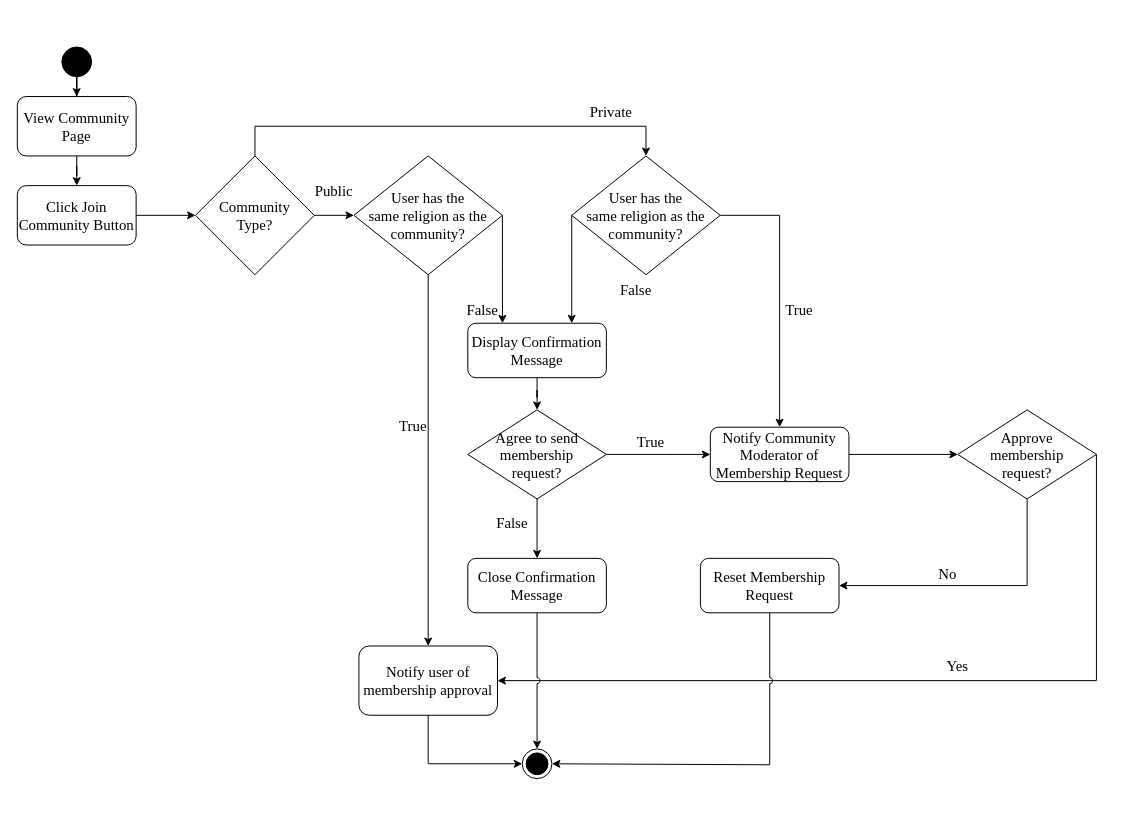
Above: page "MembershipRequest" (6 of 12) of ConnexUs_Chap3.drawio in gvillanueva01/ConnexUs_diagrams (draw.io), before the change. Source tidied: cells renumbered, new cells numbered last; positions are measured from the earlier drawing's top-left corner, leaving out a move shared by most shapes. Both pictures are drawn from the tidied source at 99%, with x=0, y=0 at pixel (17, 47).
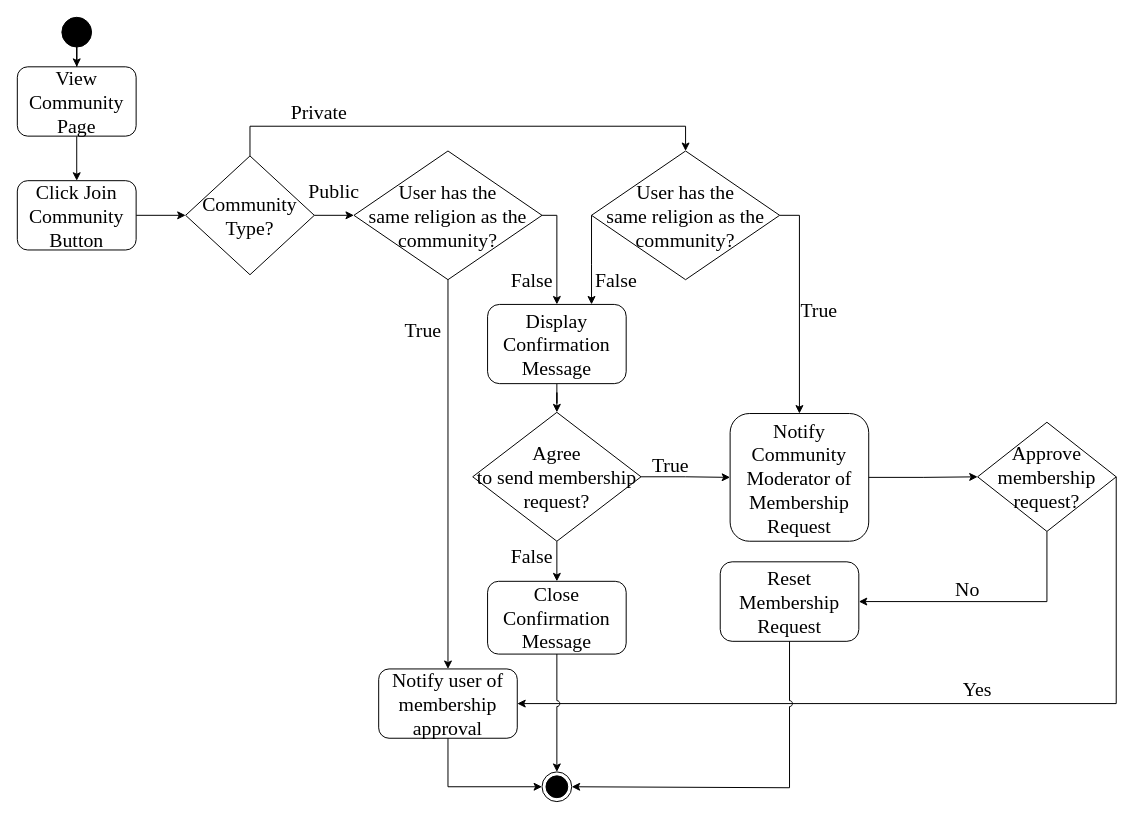
Above is the later version.

The edit, as a diff of the source:
```diff
@@
-    <mxCell id="2" style="edgeStyle=orthogonalEdgeStyle;rounded=0;jettySize=auto;html=1;fontSize=15;" parent="1" edge="1" source="3" target="5">
+    <mxCell id="2" style="edgeStyle=orthogonalEdgeStyle;rounded=0;jettySize=auto;html=1;fontSize=20;" parent="1" edge="1" source="3" target="5">
       <mxGeometry relative="1" as="geometry" />
     </mxCell>
-    <mxCell id="3" style="ellipse;fillColor=strokeColor;html=1;fontSize=15;" parent="1" vertex="1">
-      <mxGeometry x="45" width="30" height="30" as="geometry" />
+    <mxCell id="3" style="ellipse;fillColor=strokeColor;html=1;fontSize=20;" parent="1" vertex="1">
+      <mxGeometry x="45" y="-30" width="30" height="30" as="geometry" />
     </mxCell>
-    <mxCell id="4" style="edgeStyle=orthogonalEdgeStyle;rounded=0;jettySize=auto;html=1;fontSize=15;" parent="1" edge="1" source="5" target="7">
+    <mxCell id="4" style="edgeStyle=orthogonalEdgeStyle;rounded=0;jettySize=auto;html=1;fontSize=20;" parent="1" edge="1" source="5" target="7">
       <mxGeometry relative="1" as="geometry" />
     </mxCell>
-    <mxCell id="5" value="View Community Page" style="rounded=1;whiteSpace=wrap;html=1;fontFamily=Times New Roman;fontSize=15;" parent="1" vertex="1">
-      <mxGeometry y="50" width="120" height="60" as="geometry" />
+    <mxCell id="5" value="View Community Page" style="rounded=1;whiteSpace=wrap;html=1;fontFamily=Times New Roman;fontSize=20;" parent="1" vertex="1">
+      <mxGeometry y="20" width="120" height="70" as="geometry" />
     </mxCell>
-    <mxCell id="6" style="edgeStyle=orthogonalEdgeStyle;rounded=0;jettySize=auto;html=1;exitX=1;exitY=0.5;exitDx=0;exitDy=0;entryX=0;entryY=0.5;entryDx=0;entryDy=0;fontSize=15;" parent="1" edge="1" source="7" target="10">
+    <mxCell id="6" style="edgeStyle=orthogonalEdgeStyle;rounded=0;jettySize=auto;html=1;exitX=1;exitY=0.5;exitDx=0;exitDy=0;entryX=0;entryY=0.5;entryDx=0;entryDy=0;fontSize=20;" parent="1" edge="1" source="7" target="10">
       <mxGeometry relative="1" as="geometry" />
     </mxCell>
-    <mxCell id="7" value="Click Join Community Button" style="rounded=1;whiteSpace=wrap;html=1;fontFamily=Times New Roman;fontSize=15;" parent="1" vertex="1">
-      <mxGeometry y="140" width="120" height="60" as="geometry" />
+    <mxCell id="7" value="Click Join Community Button" style="rounded=1;whiteSpace=wrap;html=1;fontFamily=Times New Roman;fontSize=20;" parent="1" vertex="1">
+      <mxGeometry y="135" width="120" height="70" as="geometry" />
     </mxCell>
-    <mxCell id="8" style="edgeStyle=orthogonalEdgeStyle;rounded=0;jettySize=auto;html=1;entryX=0.5;entryY=0;entryDx=0;entryDy=0;exitX=0.5;exitY=0;exitDx=0;exitDy=0;fontSize=15;" parent="1" edge="1" source="10" target="25">
+    <mxCell id="8" style="edgeStyle=orthogonalEdgeStyle;rounded=0;jettySize=auto;html=1;entryX=0.5;entryY=0;entryDx=0;entryDy=0;exitX=0.5;exitY=0;exitDx=0;exitDy=0;fontSize=20;" parent="1" edge="1" source="10" target="25">
       <mxGeometry relative="1" as="geometry">
         <Array as="points">
-          <mxPoint x="240" y="80" />
-          <mxPoint x="635" y="80" />
+          <mxPoint x="235" y="80" />
+          <mxPoint x="675" y="80" />
         </Array>
       </mxGeometry>
     </mxCell>
-    <mxCell id="9" style="edgeStyle=orthogonalEdgeStyle;rounded=0;jettySize=auto;html=1;entryX=0;entryY=0.5;entryDx=0;entryDy=0;fontSize=15;exitX=1;exitY=0.5;exitDx=0;exitDy=0;" parent="1" edge="1" source="19" target="20">
+    <mxCell id="9" style="edgeStyle=orthogonalEdgeStyle;rounded=0;jettySize=auto;html=1;entryX=0;entryY=0.5;entryDx=0;entryDy=0;fontSize=20;exitX=1;exitY=0.5;exitDx=0;exitDy=0;" parent="1" edge="1" source="19" target="20">
       <mxGeometry relative="1" as="geometry">
         <Array as="points">
-          <mxPoint x="655" y="411" />
-          <mxPoint x="700" y="412" />
+          <mxPoint x="675" y="434.2" />
+          <mxPoint x="720" y="435.2" />
         </Array>
       </mxGeometry>
     </mxCell>
-    <mxCell id="10" value="&lt;font face=&quot;Times New Roman&quot; style=&quot;font-size: 15px;&quot;&gt;Community &lt;br&gt;Type?&lt;/font&gt;" style="shape=rhombus;html=1;dashed=0;whiteSpace=wrap;perimeter=rhombusPerimeter;fontSize=15;" parent="1" vertex="1">
-      <mxGeometry x="180" y="110" width="120" height="120" as="geometry" />
+    <mxCell id="10" value="&lt;font face=&quot;Times New Roman&quot; style=&quot;font-size: 20px;&quot;&gt;Community &lt;br style=&quot;font-size: 20px;&quot;&gt;Type?&lt;/font&gt;" style="shape=rhombus;html=1;dashed=0;whiteSpace=wrap;perimeter=rhombusPerimeter;fontSize=20;" parent="1" vertex="1">
+      <mxGeometry x="170" y="110" width="130" height="120" as="geometry" />
     </mxCell>
-    <mxCell id="11" value="Notify user of membership approval" style="rounded=1;whiteSpace=wrap;html=1;fontFamily=Times New Roman;fontSize=15;" parent="1" vertex="1">
-      <mxGeometry x="345" y="605" width="140" height="70" as="geometry" />
+    <mxCell id="11" value="Notify user of membership approval" style="rounded=1;whiteSpace=wrap;html=1;fontFamily=Times New Roman;fontSize=20;" parent="1" vertex="1">
+      <mxGeometry x="365" y="628.2" width="140" height="70" as="geometry" />
     </mxCell>
-    <mxCell id="12" style="edgeStyle=orthogonalEdgeStyle;rounded=0;jettySize=auto;html=1;fontSize=15;exitX=0.5;exitY=1;exitDx=0;exitDy=0;entryX=0.5;entryY=0;entryDx=0;entryDy=0;" parent="1" edge="1" source="14" target="11">
+    <mxCell id="12" style="edgeStyle=orthogonalEdgeStyle;rounded=0;jettySize=auto;html=1;fontSize=20;exitX=0.5;exitY=1;exitDx=0;exitDy=0;entryX=0.5;entryY=0;entryDx=0;entryDy=0;" parent="1" edge="1" source="14" target="11">
       <mxGeometry relative="1" as="geometry" />
     </mxCell>
-    <mxCell id="13" style="edgeStyle=orthogonalEdgeStyle;rounded=0;jettySize=auto;html=1;entryX=0.25;entryY=0;entryDx=0;entryDy=0;fontSize=15;exitX=1;exitY=0.5;exitDx=0;exitDy=0;" parent="1" edge="1" source="14" target="16">
+    <mxCell id="13" style="edgeStyle=orthogonalEdgeStyle;rounded=0;jettySize=auto;html=1;exitX=1;exitY=0.5;exitDx=0;exitDy=0;entryX=0.5;entryY=0;entryDx=0;entryDy=0;" parent="1" edge="1" source="14" target="16">
       <mxGeometry relative="1" as="geometry">
         <Array as="points">
-          <mxPoint x="490" y="220" />
-          <mxPoint x="490" y="220" />
+          <mxPoint x="545" y="170" />
         </Array>
       </mxGeometry>
     </mxCell>
-    <mxCell id="14" value="&lt;font face=&quot;Times New Roman&quot; style=&quot;font-size: 15px;&quot;&gt;User has the &lt;br style=&quot;font-size: 15px;&quot;&gt;same religion as the community?&lt;/font&gt;" style="shape=rhombus;html=1;dashed=0;whiteSpace=wrap;perimeter=rhombusPerimeter;fontSize=15;" parent="1" vertex="1">
-      <mxGeometry x="340" y="110" width="150" height="120" as="geometry" />
+    <mxCell id="14" value="&lt;font face=&quot;Times New Roman&quot; style=&quot;font-size: 20px;&quot;&gt;User has the &lt;br style=&quot;font-size: 20px;&quot;&gt;same religion as the community?&lt;/font&gt;" style="shape=rhombus;html=1;dashed=0;whiteSpace=wrap;perimeter=rhombusPerimeter;fontSize=20;" parent="1" vertex="1">
+      <mxGeometry x="340" y="105" width="190" height="130" as="geometry" />
     </mxCell>
-    <mxCell id="15" style="edgeStyle=orthogonalEdgeStyle;rounded=0;jettySize=auto;html=1;fontSize=15;" parent="1" edge="1" source="16" target="19">
+    <mxCell id="15" style="edgeStyle=orthogonalEdgeStyle;rounded=0;jettySize=auto;html=1;" parent="1" edge="1" source="16" target="19">
       <mxGeometry relative="1" as="geometry" />
     </mxCell>
-    <mxCell id="16" value="Display Confirmation Message" style="rounded=1;whiteSpace=wrap;html=1;fontFamily=Times New Roman;fontSize=15;" parent="1" vertex="1">
-      <mxGeometry x="455" y="279" width="140" height="55" as="geometry" />
+    <mxCell id="16" value="Display Confirmation Message" style="rounded=1;whiteSpace=wrap;html=1;fontFamily=Times New Roman;fontSize=20;" parent="1" vertex="1">
+      <mxGeometry x="475" y="260" width="140" height="80" as="geometry" />
     </mxCell>
-    <mxCell id="17" style="edgeStyle=orthogonalEdgeStyle;rounded=0;jettySize=auto;html=1;fontSize=15;exitX=0.5;exitY=1;exitDx=0;exitDy=0;entryX=0.5;entryY=0;entryDx=0;entryDy=0;" parent="1" edge="1" source="19" target="21">
+    <mxCell id="17" style="edgeStyle=orthogonalEdgeStyle;rounded=0;jettySize=auto;html=1;fontSize=20;exitX=0.5;exitY=1;exitDx=0;exitDy=0;entryX=0.5;entryY=0;entryDx=0;entryDy=0;" parent="1" edge="1" source="19" target="21">
       <mxGeometry relative="1" as="geometry" />
     </mxCell>
-    <mxCell id="18" style="edgeStyle=orthogonalEdgeStyle;rounded=0;jettySize=auto;html=1;entryX=1;entryY=0.5;entryDx=0;entryDy=0;exitX=0.5;exitY=1;exitDx=0;exitDy=0;fontSize=15;" parent="1" edge="1" source="32" target="35">
+    <mxCell id="18" style="edgeStyle=orthogonalEdgeStyle;rounded=0;jettySize=auto;html=1;entryX=1;entryY=0.5;entryDx=0;entryDy=0;exitX=0.5;exitY=1;exitDx=0;exitDy=0;fontSize=20;" parent="1" edge="1" source="32" target="35">
       <mxGeometry relative="1" as="geometry">
         <Array as="points">
-          <mxPoint x="1020" y="544" />
+          <mxPoint x="1040" y="560" />
         </Array>
       </mxGeometry>
     </mxCell>
-    <mxCell id="19" value="&lt;font face=&quot;Times New Roman&quot; style=&quot;font-size: 15px;&quot;&gt;Agree to send membership &lt;br style=&quot;font-size: 15px;&quot;&gt;request?&lt;/font&gt;" style="shape=rhombus;html=1;dashed=0;whiteSpace=wrap;perimeter=rhombusPerimeter;fontSize=15;" parent="1" vertex="1">
-      <mxGeometry x="455" y="366.5" width="140" height="90" as="geometry" />
+    <mxCell id="19" value="&lt;font face=&quot;Times New Roman&quot; style=&quot;font-size: 20px;&quot;&gt;Agree &lt;br&gt;to send membership &lt;br style=&quot;font-size: 20px;&quot;&gt;request?&lt;/font&gt;" style="shape=rhombus;html=1;dashed=0;whiteSpace=wrap;perimeter=rhombusPerimeter;fontSize=20;" parent="1" vertex="1">
+      <mxGeometry x="460" y="369" width="170" height="130.2" as="geometry" />
     </mxCell>
-    <mxCell id="20" value="Notify Community Moderator of Membership Request" style="rounded=1;whiteSpace=wrap;html=1;fontFamily=Times New Roman;fontSize=15;" parent="1" vertex="1">
-      <mxGeometry x="700" y="384" width="140" height="55" as="geometry" />
+    <mxCell id="20" value="Notify Community Moderator of Membership Request" style="rounded=1;whiteSpace=wrap;html=1;fontFamily=Times New Roman;fontSize=20;" parent="1" vertex="1">
+      <mxGeometry x="720" y="370.2" width="140" height="129" as="geometry" />
     </mxCell>
-    <mxCell id="21" value="Close Confirmation Message" style="rounded=1;whiteSpace=wrap;html=1;fontFamily=Times New Roman;fontSize=15;" parent="1" vertex="1">
-      <mxGeometry x="455" y="516.5" width="140" height="55" as="geometry" />
+    <mxCell id="21" value="Close Confirmation Message" style="rounded=1;whiteSpace=wrap;html=1;fontFamily=Times New Roman;fontSize=20;" parent="1" vertex="1">
+      <mxGeometry x="475" y="539.7" width="140" height="73.5" as="geometry" />
     </mxCell>
-    <mxCell id="22" value="Public" style="text;html=1;strokeColor=none;fillColor=none;align=center;verticalAlign=middle;whiteSpace=wrap;rounded=0;fontFamily=Times New Roman;fontSize=15;" parent="1" vertex="1">
+    <mxCell id="22" value="Public" style="text;html=1;strokeColor=none;fillColor=none;align=center;verticalAlign=middle;whiteSpace=wrap;rounded=0;fontFamily=Times New Roman;fontSize=20;" parent="1" vertex="1">
       <mxGeometry x="290" y="130" width="60" height="30" as="geometry" />
     </mxCell>
-    <mxCell id="23" value="Private" style="text;html=1;strokeColor=none;fillColor=none;align=center;verticalAlign=middle;whiteSpace=wrap;rounded=0;fontFamily=Times New Roman;fontSize=15;" parent="1" vertex="1">
-      <mxGeometry x="570" y="50" width="60" height="30" as="geometry" />
+    <mxCell id="23" value="Private" style="text;html=1;strokeColor=none;fillColor=none;align=center;verticalAlign=middle;whiteSpace=wrap;rounded=0;fontFamily=Times New Roman;fontSize=20;" parent="1" vertex="1">
+      <mxGeometry x="275" y="50" width="60" height="30" as="geometry" />
     </mxCell>
-    <mxCell id="24" style="edgeStyle=orthogonalEdgeStyle;rounded=0;jettySize=auto;html=1;entryX=0.5;entryY=0;entryDx=0;entryDy=0;fontSize=15;exitX=1;exitY=0.5;exitDx=0;exitDy=0;" parent="1" edge="1" source="25" target="20">
+    <mxCell id="24" style="edgeStyle=orthogonalEdgeStyle;rounded=0;jettySize=auto;html=1;entryX=0.5;entryY=0;entryDx=0;entryDy=0;fontSize=20;exitX=1;exitY=0.5;exitDx=0;exitDy=0;" parent="1" edge="1" source="25" target="20">
       <mxGeometry relative="1" as="geometry">
         <Array as="points">
-          <mxPoint x="770" y="170" />
+          <mxPoint x="790" y="170" />
         </Array>
       </mxGeometry>
     </mxCell>
-    <mxCell id="25" value="&lt;font face=&quot;Times New Roman&quot; style=&quot;font-size: 15px;&quot;&gt;User has the &lt;br style=&quot;font-size: 15px;&quot;&gt;same religion as the community?&lt;/font&gt;" style="shape=rhombus;html=1;dashed=0;whiteSpace=wrap;perimeter=rhombusPerimeter;fontSize=15;" parent="1" vertex="1">
-      <mxGeometry x="560" y="110" width="150" height="120" as="geometry" />
+    <mxCell id="25" value="&lt;font face=&quot;Times New Roman&quot; style=&quot;font-size: 20px;&quot;&gt;User has the &lt;br style=&quot;font-size: 20px;&quot;&gt;same religion as the community?&lt;/font&gt;" style="shape=rhombus;html=1;dashed=0;whiteSpace=wrap;perimeter=rhombusPerimeter;fontSize=20;" parent="1" vertex="1">
+      <mxGeometry x="580" y="105" width="190" height="130" as="geometry" />
     </mxCell>
-    <mxCell id="26" style="edgeStyle=orthogonalEdgeStyle;rounded=0;jettySize=auto;html=1;fontSize=15;exitX=1;exitY=0.5;exitDx=0;exitDy=0;entryX=0;entryY=0.5;entryDx=0;entryDy=0;" parent="1" edge="1" source="10" target="14">
+    <mxCell id="26" style="edgeStyle=orthogonalEdgeStyle;rounded=0;jettySize=auto;html=1;fontSize=20;exitX=1;exitY=0.5;exitDx=0;exitDy=0;entryX=0;entryY=0.5;entryDx=0;entryDy=0;" parent="1" edge="1" source="10" target="14">
       <mxGeometry relative="1" as="geometry" />
     </mxCell>
-    <mxCell id="27" value="False" style="text;html=1;strokeColor=none;fillColor=none;align=center;verticalAlign=middle;whiteSpace=wrap;rounded=0;fontFamily=Times New Roman;fontSize=15;" parent="1" vertex="1">
-      <mxGeometry x="440" y="250" width="60" height="30" as="geometry" />
+    <mxCell id="27" value="False" style="text;html=1;strokeColor=none;fillColor=none;align=center;verticalAlign=middle;whiteSpace=wrap;rounded=0;fontFamily=Times New Roman;fontSize=20;" parent="1" vertex="1">
+      <mxGeometry x="490" y="220" width="60" height="30" as="geometry" />
     </mxCell>
-    <mxCell id="28" value="True" style="text;html=1;strokeColor=none;fillColor=none;align=center;verticalAlign=middle;whiteSpace=wrap;rounded=0;fontFamily=Times New Roman;fontSize=15;" parent="1" vertex="1">
-      <mxGeometry x="370" y="366.5" width="60" height="30" as="geometry" />
+    <mxCell id="28" value="True" style="text;html=1;strokeColor=none;fillColor=none;align=center;verticalAlign=middle;whiteSpace=wrap;rounded=0;fontFamily=Times New Roman;fontSize=20;" parent="1" vertex="1">
+      <mxGeometry x="380" y="270" width="60" height="30" as="geometry" />
     </mxCell>
-    <mxCell id="29" value="True" style="text;html=1;strokeColor=none;fillColor=none;align=center;verticalAlign=middle;whiteSpace=wrap;rounded=0;fontFamily=Times New Roman;fontSize=15;" parent="1" vertex="1">
-      <mxGeometry x="610" y="384" width="60" height="30" as="geometry" />
+    <mxCell id="29" value="True" style="text;html=1;strokeColor=none;fillColor=none;align=center;verticalAlign=middle;whiteSpace=wrap;rounded=0;fontFamily=Times New Roman;fontSize=20;" parent="1" vertex="1">
+      <mxGeometry x="630" y="407.2" width="60" height="30" as="geometry" />
     </mxCell>
-    <mxCell id="30" value="True" style="text;html=1;strokeColor=none;fillColor=none;align=center;verticalAlign=middle;whiteSpace=wrap;rounded=0;fontFamily=Times New Roman;fontSize=15;" parent="1" vertex="1">
-      <mxGeometry x="760" y="250" width="60" height="30" as="geometry" />
+    <mxCell id="30" value="True" style="text;html=1;strokeColor=none;fillColor=none;align=center;verticalAlign=middle;whiteSpace=wrap;rounded=0;fontFamily=Times New Roman;fontSize=20;" parent="1" vertex="1">
+      <mxGeometry x="780" y="250" width="60" height="30" as="geometry" />
     </mxCell>
-    <mxCell id="31" value="False" style="text;html=1;strokeColor=none;fillColor=none;align=center;verticalAlign=middle;whiteSpace=wrap;rounded=0;fontFamily=Times New Roman;fontSize=15;" parent="1" vertex="1">
-      <mxGeometry x="470" y="465" width="60" height="30" as="geometry" />
+    <mxCell id="31" value="False" style="text;html=1;strokeColor=none;fillColor=none;align=center;verticalAlign=middle;whiteSpace=wrap;rounded=0;fontFamily=Times New Roman;fontSize=20;" parent="1" vertex="1">
+      <mxGeometry x="490" y="499.2" width="60" height="30" as="geometry" />
     </mxCell>
-    <mxCell id="32" value="&lt;font face=&quot;Times New Roman&quot;&gt;Approve&lt;br&gt;membership&lt;br&gt;request?&lt;/font&gt;" style="shape=rhombus;html=1;dashed=0;whiteSpace=wrap;perimeter=rhombusPerimeter;fontSize=15;" parent="1" vertex="1">
-      <mxGeometry x="950" y="366.5" width="140" height="90" as="geometry" />
+    <mxCell id="32" value="&lt;font face=&quot;Times New Roman&quot; style=&quot;font-size: 20px;&quot;&gt;Approve&lt;br style=&quot;font-size: 20px;&quot;&gt;membership&lt;br style=&quot;font-size: 20px;&quot;&gt;request?&lt;/font&gt;" style="shape=rhombus;html=1;dashed=0;whiteSpace=wrap;perimeter=rhombusPerimeter;fontSize=20;" parent="1" vertex="1">
+      <mxGeometry x="970" y="379" width="140" height="110.3" as="geometry" />
     </mxCell>
-    <mxCell id="33" style="edgeStyle=orthogonalEdgeStyle;rounded=0;jettySize=auto;html=1;entryX=0;entryY=0.5;entryDx=0;entryDy=0;exitX=1;exitY=0.5;exitDx=0;exitDy=0;fontSize=15;" parent="1" edge="1" source="20" target="32">
+    <mxCell id="33" style="edgeStyle=orthogonalEdgeStyle;rounded=0;jettySize=auto;html=1;entryX=0;entryY=0.5;entryDx=0;entryDy=0;exitX=1;exitY=0.5;exitDx=0;exitDy=0;fontSize=20;" parent="1" edge="1" source="20" target="32">
       <mxGeometry relative="1" as="geometry" />
     </mxCell>
-    <mxCell id="34" style="ellipse;html=1;shape=endState;fillColor=strokeColor;fontSize=18;" parent="1" vertex="1">
-      <mxGeometry x="510" y="709" width="30" height="30" as="geometry" />
+    <mxCell id="34" style="ellipse;html=1;shape=endState;fillColor=strokeColor;fontSize=20;" parent="1" vertex="1">
+      <mxGeometry x="530" y="732.2" width="30" height="30" as="geometry" />
     </mxCell>
-    <mxCell id="35" value="Reset Membership Request" style="rounded=1;whiteSpace=wrap;html=1;fontFamily=Times New Roman;fontSize=15;" parent="1" vertex="1">
-      <mxGeometry x="690" y="516.5" width="140" height="55" as="geometry" />
+    <mxCell id="35" value="Reset Membership Request" style="rounded=1;whiteSpace=wrap;html=1;fontFamily=Times New Roman;fontSize=20;" parent="1" vertex="1">
+      <mxGeometry x="710" y="520" width="140" height="80.3" as="geometry" />
     </mxCell>
-    <mxCell id="36" style="edgeStyle=orthogonalEdgeStyle;rounded=0;jettySize=auto;html=1;entryX=0.75;entryY=0;entryDx=0;entryDy=0;fontSize=15;exitX=0;exitY=0.5;exitDx=0;exitDy=0;" parent="1" edge="1" source="25" target="16">
+    <mxCell id="36" style="edgeStyle=orthogonalEdgeStyle;rounded=0;jettySize=auto;html=1;entryX=0.75;entryY=0;entryDx=0;entryDy=0;fontSize=20;exitX=0;exitY=0.5;exitDx=0;exitDy=0;" parent="1" edge="1" source="25" target="16">
       <mxGeometry relative="1" as="geometry">
         <Array as="points">
-          <mxPoint x="560" y="220" />
-          <mxPoint x="560" y="220" />
+          <mxPoint x="580" y="220" />
+          <mxPoint x="580" y="220" />
         </Array>
       </mxGeometry>
     </mxCell>
-    <mxCell id="37" value="False" style="text;html=1;strokeColor=none;fillColor=none;align=center;verticalAlign=middle;whiteSpace=wrap;rounded=0;fontFamily=Times New Roman;fontSize=15;" parent="1" vertex="1">
-      <mxGeometry x="595" y="230" width="60" height="30" as="geometry" />
+    <mxCell id="37" value="False" style="text;html=1;strokeColor=none;fillColor=none;align=center;verticalAlign=middle;whiteSpace=wrap;rounded=0;fontFamily=Times New Roman;fontSize=20;" parent="1" vertex="1">
+      <mxGeometry x="575" y="220" width="60" height="30" as="geometry" />
     </mxCell>
-    <mxCell id="38" style="edgeStyle=orthogonalEdgeStyle;rounded=0;jettySize=auto;html=1;exitX=1;exitY=0.5;exitDx=0;exitDy=0;fontSize=15;entryX=1;entryY=0.5;entryDx=0;entryDy=0;" parent="1" edge="1" source="32" target="11">
+    <mxCell id="38" style="edgeStyle=orthogonalEdgeStyle;rounded=0;jettySize=auto;html=1;exitX=1;exitY=0.5;exitDx=0;exitDy=0;fontSize=20;entryX=1;entryY=0.5;entryDx=0;entryDy=0;" parent="1" edge="1" source="32" target="11">
       <mxGeometry relative="1" as="geometry">
         <Array as="points">
-          <mxPoint x="1090" y="640" />
+          <mxPoint x="1110" y="663.2" />
         </Array>
       </mxGeometry>
     </mxCell>
-    <mxCell id="39" style="edgeStyle=orthogonalEdgeStyle;rounded=0;jettySize=auto;html=1;fontSize=15;exitX=0.5;exitY=1;exitDx=0;exitDy=0;entryX=0.5;entryY=0;entryDx=0;entryDy=0;jumpStyle=arc;" parent="1" edge="1" source="21" target="34">
+    <mxCell id="39" style="edgeStyle=orthogonalEdgeStyle;rounded=0;jettySize=auto;html=1;fontSize=20;exitX=0.5;exitY=1;exitDx=0;exitDy=0;entryX=0.5;entryY=0;entryDx=0;entryDy=0;jumpStyle=arc;" parent="1" edge="1" source="21" target="34">
       <mxGeometry relative="1" as="geometry" />
     </mxCell>
-    <mxCell id="40" style="edgeStyle=orthogonalEdgeStyle;rounded=0;jettySize=auto;html=1;fontSize=15;entryX=1;entryY=0.5;entryDx=0;entryDy=0;exitX=0.5;exitY=1;exitDx=0;exitDy=0;jumpStyle=arc;" parent="1" edge="1" source="35" target="34">
+    <mxCell id="40" style="edgeStyle=orthogonalEdgeStyle;rounded=0;jettySize=auto;html=1;fontSize=20;entryX=1;entryY=0.5;entryDx=0;entryDy=0;exitX=0.5;exitY=1;exitDx=0;exitDy=0;jumpStyle=arc;" parent="1" edge="1" source="35" target="34">
       <mxGeometry relative="1" as="geometry">
         <Array as="points">
-          <mxPoint x="760" y="725" />
+          <mxPoint x="780" y="748.2" />
         </Array>
       </mxGeometry>
     </mxCell>
-    <mxCell id="41" style="edgeStyle=orthogonalEdgeStyle;rounded=0;jettySize=auto;html=1;fontSize=15;exitX=0.5;exitY=1;exitDx=0;exitDy=0;entryX=0;entryY=0.5;entryDx=0;entryDy=0;" parent="1" edge="1" source="11" target="34">
+    <mxCell id="41" style="edgeStyle=orthogonalEdgeStyle;rounded=0;jettySize=auto;html=1;fontSize=20;exitX=0.5;exitY=1;exitDx=0;exitDy=0;entryX=0;entryY=0.5;entryDx=0;entryDy=0;" parent="1" edge="1" source="11" target="34">
       <mxGeometry relative="1" as="geometry" />
     </mxCell>
-    <mxCell id="42" value="No" style="text;html=1;strokeColor=none;fillColor=none;align=center;verticalAlign=middle;whiteSpace=wrap;rounded=0;fontFamily=Times New Roman;fontSize=15;" parent="1" vertex="1">
-      <mxGeometry x="910" y="516.5" width="60" height="30" as="geometry" />
+    <mxCell id="42" value="No" style="text;html=1;strokeColor=none;fillColor=none;align=center;verticalAlign=middle;whiteSpace=wrap;rounded=0;fontFamily=Times New Roman;fontSize=20;" parent="1" vertex="1">
+      <mxGeometry x="930" y="532.2" width="60" height="30" as="geometry" />
     </mxCell>
-    <mxCell id="43" value="Yes" style="text;html=1;strokeColor=none;fillColor=none;align=center;verticalAlign=middle;whiteSpace=wrap;rounded=0;fontFamily=Times New Roman;fontSize=15;" parent="1" vertex="1">
-      <mxGeometry x="920" y="610" width="60" height="30" as="geometry" />
+    <mxCell id="43" value="Yes" style="text;html=1;strokeColor=none;fillColor=none;align=center;verticalAlign=middle;whiteSpace=wrap;rounded=0;fontFamily=Times New Roman;fontSize=20;" parent="1" vertex="1">
+      <mxGeometry x="940" y="633.2" width="60" height="30" as="geometry" />
     </mxCell>
```
